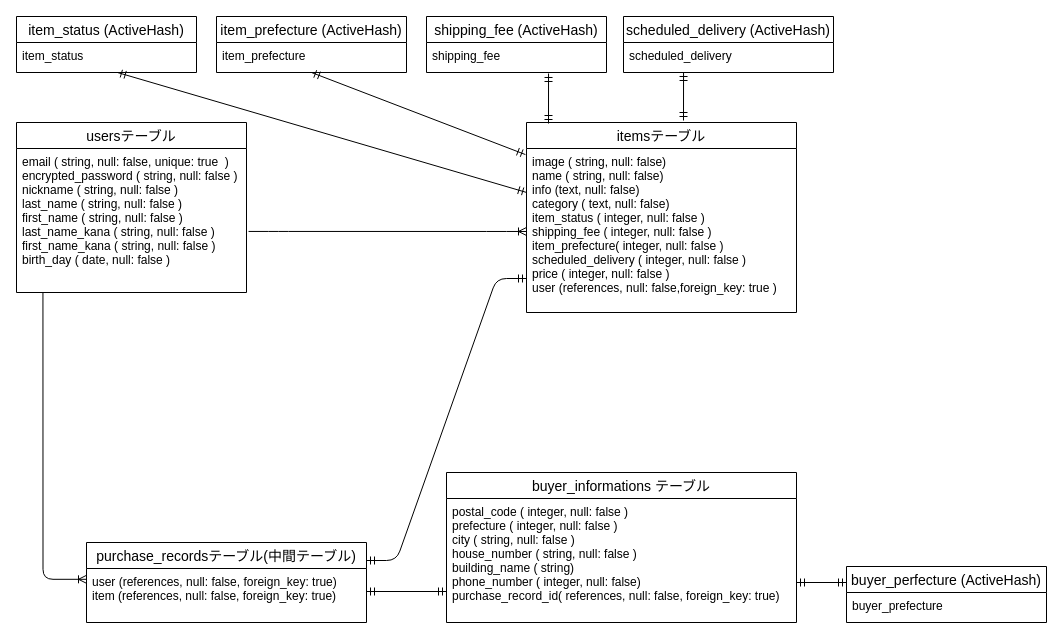
Before: er.dio in kamayann/furima-36690, a draw.io diagram. Source tidied: cells renumbered, new cells numbered last; positions are measured from the earlier drawing's top-left corner, leaving out a move shared by most shapes. Both pictures are drawn from the tidied source at 100%, with x=0, y=0 at pixel (16, 16).
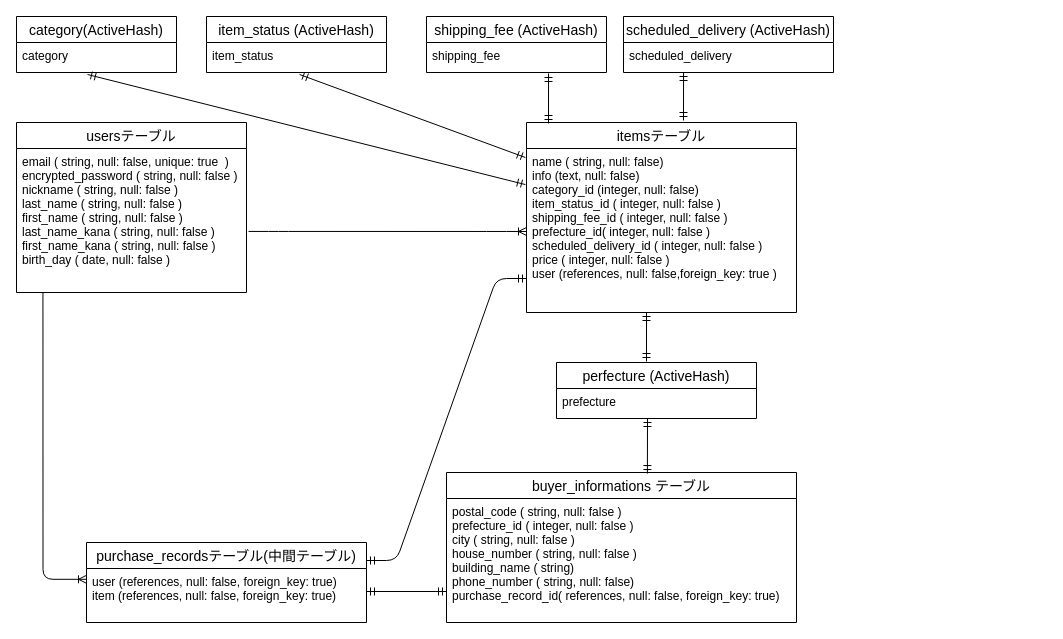
The same diagram, later.

Commit message (it also covers changes not shown here):
DB設計の修正①

Unchanged cells that the change refers to:
```xml
<mxCell id="2" value="itemsテーブル" style="swimlane;fontStyle=0;horizontal=1;startSize=26;align=center;fontSize=14;labelBackgroundColor=none;fillColor=none;" parent="1" vertex="1">
  <mxGeometry x="510" y="106" width="270" height="190" as="geometry" />
</mxCell>
<mxCell id="4" value="buyer_informations テーブル" style="swimlane;fontStyle=0;horizontal=1;startSize=26;align=center;fontSize=14;labelBackgroundColor=none;fillColor=none;" parent="1" vertex="1">
  <mxGeometry x="430" y="456" width="350" height="150" as="geometry" />
</mxCell>
<mxCell id="15" value="item_status" style="text;strokeColor=none;fillColor=none;spacingLeft=4;spacingRight=4;overflow=hidden;points=[[0,0.5],[1,0.5]];portConstraint=eastwest;fontSize=12;" parent="14" vertex="1">
  <mxGeometry y="26" width="180" height="30" as="geometry" />
</mxCell>
```

What changed in the source:
```diff
@@
-    <mxCell id="3" value="image ( string, null: false)&#10;name ( string, null: false)&#10;info (text, null: false) &#10;category ( text, null: false) &#10;item_status ( integer, null: false )&#10;shipping_fee ( integer, null: false )&#10;item_prefecture( integer, null: false )&#10;scheduled_delivery ( integer, null: false )&#10;price ( integer, null: false )&#10;user (references, null: false,foreign_key: true )" style="text;strokeColor=none;fillColor=none;spacingLeft=4;spacingRight=4;overflow=hidden;points=[[0,0.5],[1,0.5]];portConstraint=eastwest;fontSize=12;" parent="2" vertex="1">
+    <mxCell id="3" value="name ( string, null: false)&#10;info (text, null: false) &#10;category_id (integer, null: false) &#10;item_status_id ( integer, null: false )&#10;shipping_fee_id ( integer, null: false )&#10;prefecture_id( integer, null: false )&#10;scheduled_delivery_id ( integer, null: false )&#10;price ( integer, null: false )&#10;user (references, null: false,foreign_key: true )" style="text;strokeColor=none;fillColor=none;spacingLeft=4;spacingRight=4;overflow=hidden;points=[[0,0.5],[1,0.5]];portConstraint=eastwest;fontSize=12;" parent="2" vertex="1">
       <mxGeometry y="26" width="270" height="164" as="geometry" />
     </mxCell>
@@
-    <mxCell id="5" value="postal_code ( integer, null: false )&#10;prefecture ( integer, null: false )&#10;city ( string, null: false )&#10;house_number ( string, null: false )&#10;building_name ( string)&#10;phone_number ( integer, null: false)&#10;purchase_record_id( references, null: false, foreign_key: true)&#10;" style="text;strokeColor=none;fillColor=none;spacingLeft=4;spacingRight=4;overflow=hidden;fontSize=12;" parent="4" vertex="1">
+    <mxCell id="5" value="postal_code ( string, null: false )&#10;prefecture_id ( integer, null: false )&#10;city ( string, null: false )&#10;house_number ( string, null: false )&#10;building_name ( string)&#10;phone_number ( string, null: false)&#10;purchase_record_id( references, null: false, foreign_key: true)&#10;" style="text;strokeColor=none;fillColor=none;spacingLeft=4;spacingRight=4;overflow=hidden;fontSize=12;" parent="4" vertex="1">
       <mxGeometry y="26" width="350" height="124" as="geometry" />
     </mxCell>
@@
     <mxCell id="14" value="item_status (ActiveHash)" style="swimlane;fontStyle=0;horizontal=1;startSize=26;align=center;fontSize=14;" parent="1" vertex="1">
-      <mxGeometry width="180" height="56" as="geometry" />
+      <mxGeometry x="190" width="180" height="56" as="geometry" />
     </mxCell>
@@
-    <mxCell id="18" value="item_prefecture (ActiveHash)" style="swimlane;fontStyle=0;horizontal=1;startSize=26;align=center;fontSize=14;" parent="1" vertex="1">
-      <mxGeometry x="200" width="190" height="56" as="geometry" />
-    </mxCell>
-    <mxCell id="19" value="item_prefecture" style="text;strokeColor=none;fillColor=none;spacingLeft=4;spacingRight=4;overflow=hidden;fontSize=12;" parent="18" vertex="1">
-      <mxGeometry y="26" width="190" height="30" as="geometry" />
-    </mxCell>
@@
-    <mxCell id="22" value="buyer_perfecture (ActiveHash)" style="swimlane;fontStyle=0;horizontal=1;startSize=26;align=center;fontSize=14;" parent="1" vertex="1">
-      <mxGeometry x="830" y="550" width="200" height="56" as="geometry" />
+    <mxCell id="22" value="perfecture (ActiveHash)" style="swimlane;fontStyle=0;horizontal=1;startSize=26;align=center;fontSize=14;" parent="1" vertex="1">
+      <mxGeometry x="540" y="346" width="200" height="56" as="geometry" />
     </mxCell>
-    <mxCell id="23" value="buyer_prefecture" style="text;strokeColor=none;fillColor=none;spacingLeft=4;spacingRight=4;overflow=hidden;fontSize=12;" parent="22" vertex="1">
+    <mxCell id="23" value="prefecture" style="text;strokeColor=none;fillColor=none;spacingLeft=4;spacingRight=4;overflow=hidden;fontSize=12;" parent="22" vertex="1">
       <mxGeometry y="26" width="200" height="30" as="geometry" />
     </mxCell>
-    <mxCell id="24" style="fontSize=12;html=1;endArrow=ERmandOne;startArrow=ERmandOne;exitX=0;exitY=0.268;exitDx=0;exitDy=0;exitPerimeter=0;elbow=vertical;" parent="1" edge="1" source="3">
-      <mxGeometry relative="1" as="geometry">
-        <mxPoint x="101" y="56" as="targetPoint" />
-      </mxGeometry>
+    <mxCell id="24" style="fontSize=12;html=1;endArrow=ERmandOne;startArrow=ERmandOne;exitX=-0.004;exitY=0.055;exitDx=0;exitDy=0;exitPerimeter=0;elbow=vertical;entryX=0.517;entryY=1.067;entryDx=0;entryDy=0;entryPerimeter=0;" parent="1" edge="1" source="3" target="15">
+      <mxGeometry relative="1" as="geometry" />
     </mxCell>
-    <mxCell id="25" style="fontSize=12;html=1;endArrow=ERmandOne;startArrow=ERmandOne;entryX=-0.004;entryY=0.037;entryDx=0;entryDy=0;entryPerimeter=0;" parent="1" edge="1" target="3">
+    <mxCell id="25" style="fontSize=12;html=1;endArrow=ERmandOne;startArrow=ERmandOne;entryX=0.45;entryY=-0.018;entryDx=0;entryDy=0;entryPerimeter=0;" parent="1" edge="1" target="22">
       <mxGeometry relative="1" as="geometry">
-        <mxPoint x="295" y="56" as="sourcePoint" />
+        <mxPoint x="630" y="296" as="sourcePoint" />
       </mxGeometry>
     </mxCell>
@@
-    <mxCell id="28" style="fontSize=12;html=1;endArrow=ERmandOne;startArrow=ERmandOne;" parent="1" edge="1">
+    <mxCell id="28" style="fontSize=12;html=1;endArrow=ERmandOne;startArrow=ERmandOne;entryX=0.574;entryY=0.007;entryDx=0;entryDy=0;entryPerimeter=0;" parent="1" edge="1" target="4">
       <mxGeometry relative="1" as="geometry">
-        <mxPoint x="830" y="566" as="sourcePoint" />
-        <mxPoint x="780" y="566" as="targetPoint" />
+        <mxPoint x="631" y="402" as="sourcePoint" />
       </mxGeometry>
     </mxCell>
+    <mxCell id="29" value="category(ActiveHash)" style="swimlane;fontStyle=0;horizontal=1;startSize=26;align=center;fontSize=14;" parent="1" vertex="1">
+      <mxGeometry width="160" height="56" as="geometry" />
+    </mxCell>
+    <mxCell id="30" value="category" style="text;strokeColor=none;fillColor=none;spacingLeft=4;spacingRight=4;overflow=hidden;points=[[0,0.5],[1,0.5]];portConstraint=eastwest;fontSize=12;" parent="29" vertex="1">
+      <mxGeometry y="26" width="160" height="30" as="geometry" />
+    </mxCell>
+    <mxCell id="31" style="fontSize=12;html=1;endArrow=ERmandOne;startArrow=ERmandOne;entryX=0.444;entryY=1.067;entryDx=0;entryDy=0;entryPerimeter=0;exitX=-0.004;exitY=0.22;exitDx=0;exitDy=0;exitPerimeter=0;" parent="1" edge="1" source="3" target="30">
+      <mxGeometry relative="1" as="geometry" />
+    </mxCell>
```
